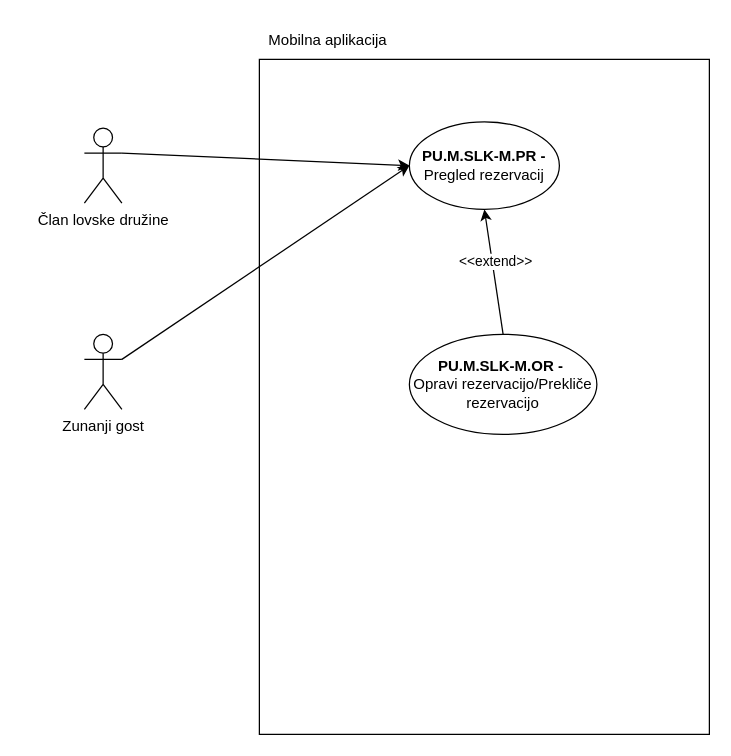
This is Skrbnistvo lovskih koc-Mobilna aplikacija.drawio from ErnestISv/Lovstvo, a draw.io file, before an edit. Source tidied: cells renumbered, new cells numbered last; positions are measured from the earlier drawing's top-left corner, leaving out a move shared by most shapes. Both pictures are drawn from the tidied source at 125%, with x=0, y=0 at pixel (84, 21).
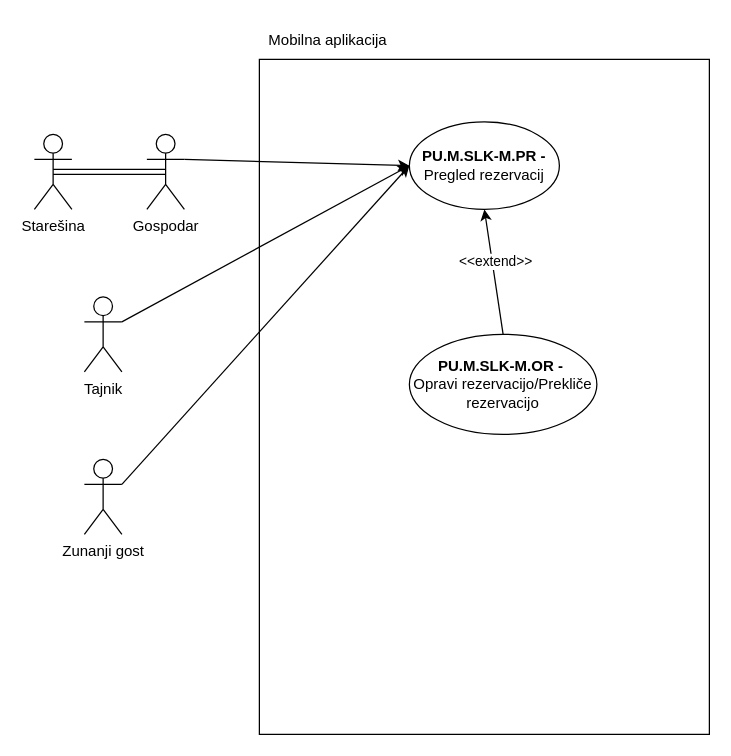
Above is the later version.

Diff of the diagram source:
```diff
@@
 <mxGraphModel>
   <root>
     <mxCell id="0" />
     <mxCell id="1" parent="0" />
     <mxCell id="2" style="rounded=0;whiteSpace=wrap;html=1;" parent="1" vertex="1">
       <mxGeometry x="140" y="30" width="360" height="540" as="geometry" />
     </mxCell>
     <mxCell id="3" value="&lt;b&gt;PU.M.SLK-M.PR -&lt;/b&gt; Pregled rezervacij" style="ellipse;whiteSpace=wrap;html=1;" parent="1" vertex="1">
       <mxGeometry x="260" y="80" width="120" height="70" as="geometry" />
     </mxCell>
     <mxCell id="4" value="&lt;b&gt;PU.M.SLK-M.&lt;/b&gt;&lt;b&gt;OR -&lt;/b&gt;&amp;nbsp;&lt;div&gt;Opravi rezervacijo/Prekliče rezervacijo&lt;/div&gt;" style="ellipse;whiteSpace=wrap;html=1;" parent="1" vertex="1">
       <mxGeometry x="260" y="250" width="150" height="80" as="geometry" />
     </mxCell>
     <mxCell id="5" value="Mobilna aplikacija" style="text;html=1;align=center;verticalAlign=middle;whiteSpace=wrap;rounded=0;" parent="1" vertex="1">
       <mxGeometry x="140" width="110" height="30" as="geometry" />
     </mxCell>
     <mxCell id="6" style="endArrow=classic;html=1;rounded=0;exitX=0.5;exitY=0;exitDx=0;exitDy=0;entryX=0.5;entryY=1;entryDx=0;entryDy=0;" parent="1" edge="1" source="4" target="3">
       <mxGeometry relative="1" as="geometry" />
     </mxCell>
     <mxCell id="7" value="&amp;lt;&amp;lt;extend&amp;gt;&amp;gt;" style="edgeLabel;html=1;align=center;verticalAlign=middle;" parent="6" vertex="1">
       <mxGeometry x="0.16" y="-2" relative="1" as="geometry" />
     </mxCell>
-    <mxCell id="8" value="Član lovske družine" style="shape=umlActor;verticalLabelPosition=bottom;verticalAlign=top;html=1;outlineConnect=0;" parent="1" vertex="1">
-      <mxGeometry y="85" width="30" height="60" as="geometry" />
+    <mxCell id="8" value="Gospodar" style="shape=umlActor;verticalLabelPosition=bottom;verticalAlign=top;html=1;outlineConnect=0;" parent="1" vertex="1">
+      <mxGeometry x="50" y="90" width="30" height="60" as="geometry" />
     </mxCell>
     <mxCell id="9" value="Zunanji gost" style="shape=umlActor;verticalLabelPosition=bottom;verticalAlign=top;html=1;outlineConnect=0;" parent="1" vertex="1">
-      <mxGeometry y="250" width="30" height="60" as="geometry" />
+      <mxGeometry y="350" width="30" height="60" as="geometry" />
     </mxCell>
     <mxCell id="10" style="endArrow=classic;html=1;rounded=0;exitX=1;exitY=0.3333333333333333;exitDx=0;exitDy=0;exitPerimeter=0;entryX=0;entryY=0.5;entryDx=0;entryDy=0;" parent="1" edge="1" source="8" target="3">
       <mxGeometry relative="1" as="geometry" />
     </mxCell>
     <mxCell id="11" style="endArrow=classic;html=1;rounded=0;exitX=1;exitY=0.3333333333333333;exitDx=0;exitDy=0;exitPerimeter=0;entryX=0;entryY=0.5;entryDx=0;entryDy=0;" parent="1" edge="1" source="9" target="3">
       <mxGeometry relative="1" as="geometry" />
     </mxCell>
+    <mxCell id="12" value="Starešina" style="shape=umlActor;verticalLabelPosition=bottom;verticalAlign=top;html=1;outlineConnect=0;" parent="1" vertex="1">
+      <mxGeometry x="-40" y="90" width="30" height="60" as="geometry" />
+    </mxCell>
+    <mxCell id="13" style="endArrow=classic;html=1;rounded=0;exitX=0.5;exitY=0.5;exitDx=0;exitDy=0;exitPerimeter=0;entryX=0.5;entryY=0.5;entryDx=0;entryDy=0;entryPerimeter=0;shape=link;" parent="1" edge="1" source="12" target="8">
+      <mxGeometry relative="1" as="geometry" />
+    </mxCell>
+    <mxCell id="14" value="Tajnik" style="shape=umlActor;verticalLabelPosition=bottom;verticalAlign=top;html=1;outlineConnect=0;" parent="1" vertex="1">
+      <mxGeometry y="220" width="30" height="60" as="geometry" />
+    </mxCell>
+    <mxCell id="15" style="endArrow=classic;html=1;rounded=0;exitX=1;exitY=0.3333333333333333;exitDx=0;exitDy=0;exitPerimeter=0;entryX=0;entryY=0.5;entryDx=0;entryDy=0;" parent="1" edge="1" source="14" target="3">
+      <mxGeometry relative="1" as="geometry" />
+    </mxCell>
   </root>
 </mxGraphModel>
```
